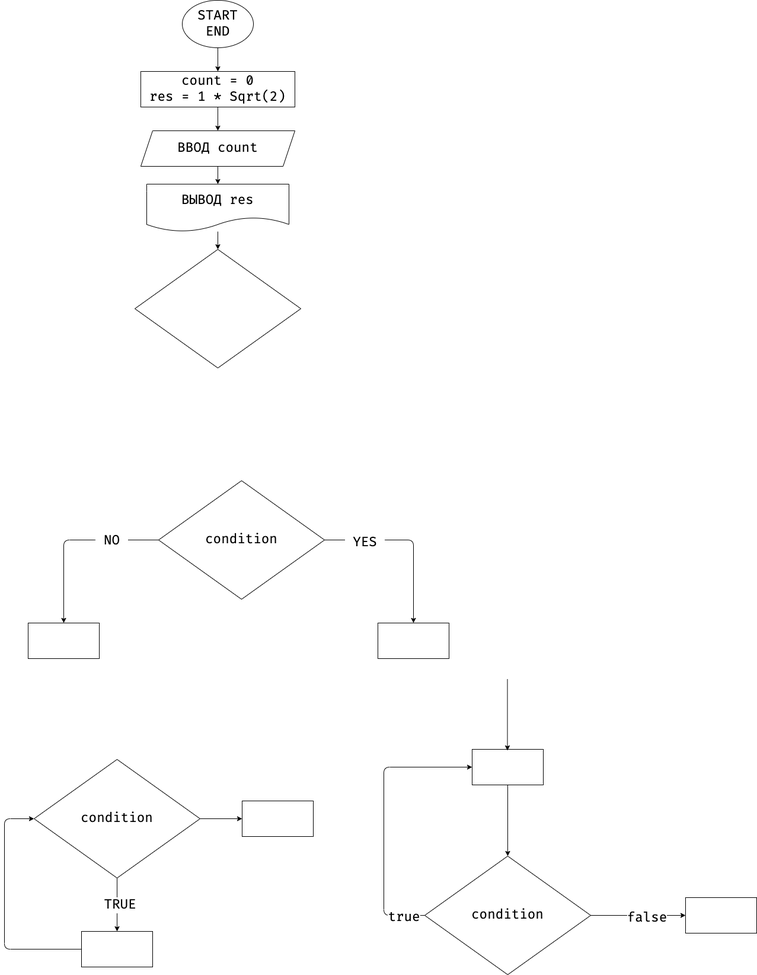
Above: ex000.drawio.png in zoya-ivanova/practice_temp (draw.io), before the change. Source tidied: cells renumbered, new cells last; positions are measured from the earlier drawing's top-left corner, leaving out a move shared by most shapes.
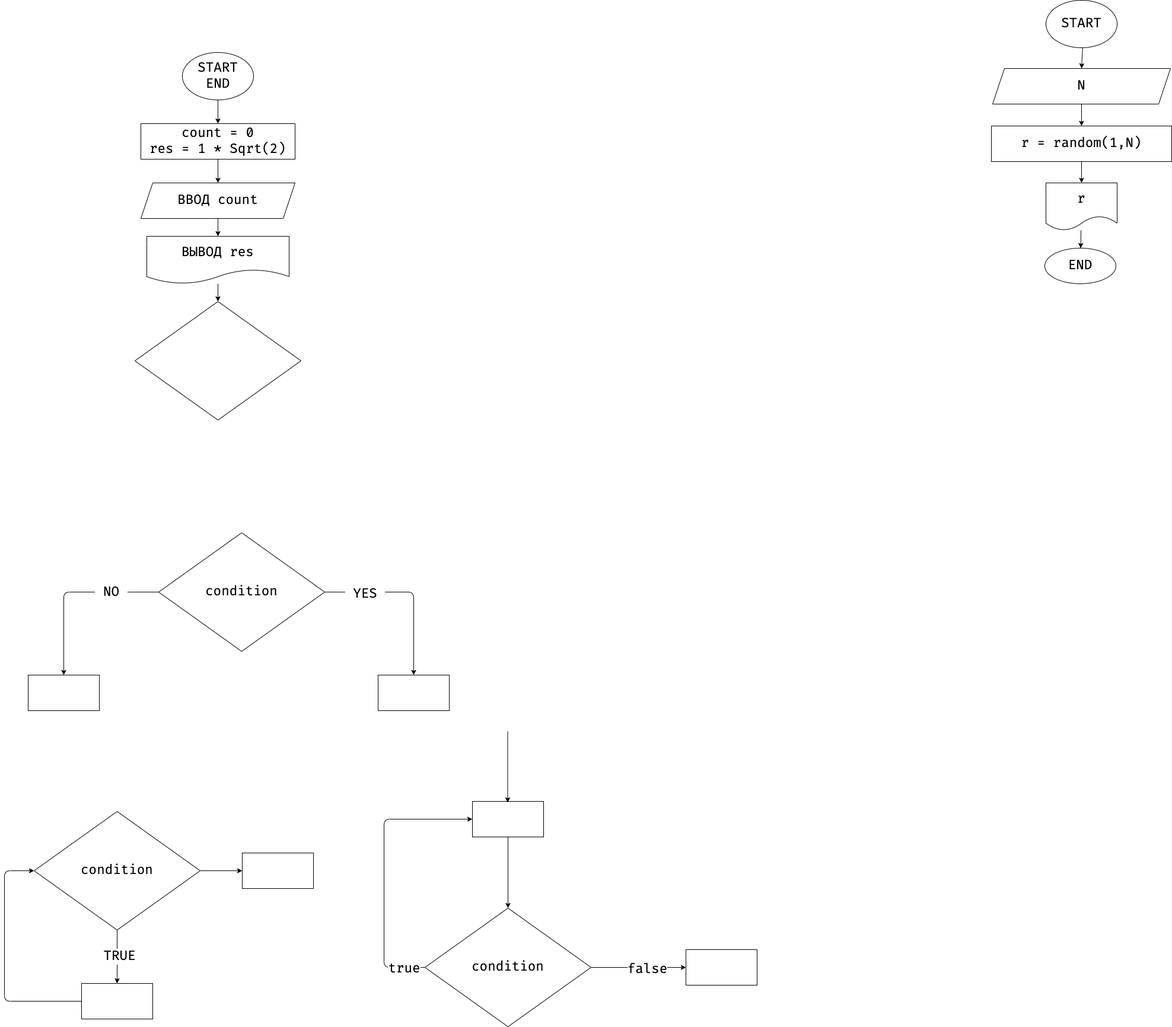
After the commit.

Change to the diagram source:
```diff
@@ -119,5 +119,32 @@
     <mxCell id="33" style="whiteSpace=wrap;html=1;fontSize=22;fontFamily=Fira Code;" parent="1" vertex="1">
       <mxGeometry x="1149" y="1513" width="120" height="60" as="geometry" />
     </mxCell>
+    <mxCell id="34" style="edgeStyle=none;html=1;fontFamily=Fira Code;fontSize=22;" parent="1" edge="1" source="35" target="37">
+      <mxGeometry relative="1" as="geometry" />
+    </mxCell>
+    <mxCell id="35" value="START" style="ellipse;whiteSpace=wrap;html=1;fontFamily=Fira Code;fontSize=22;" parent="1" vertex="1">
+      <mxGeometry x="1756" y="-88" width="120" height="80" as="geometry" />
+    </mxCell>
+    <mxCell id="36" style="edgeStyle=none;html=1;fontFamily=Fira Code;fontSize=22;" parent="1" edge="1" source="37" target="39">
+      <mxGeometry relative="1" as="geometry" />
+    </mxCell>
+    <mxCell id="37" value="N" style="shape=parallelogram;perimeter=parallelogramPerimeter;whiteSpace=wrap;html=1;fixedSize=1;fontSize=22;fontFamily=Fira Code;" parent="1" vertex="1">
+      <mxGeometry x="1666" y="27" width="300" height="60" as="geometry" />
+    </mxCell>
+    <mxCell id="38" style="edgeStyle=none;html=1;fontFamily=Fira Code;fontSize=22;" parent="1" edge="1" source="39" target="41">
+      <mxGeometry relative="1" as="geometry" />
+    </mxCell>
+    <mxCell id="39" value="r = random(1,N)" style="whiteSpace=wrap;html=1;fontSize=22;fontFamily=Fira Code;" parent="1" vertex="1">
+      <mxGeometry x="1664" y="124" width="304" height="60" as="geometry" />
+    </mxCell>
+    <mxCell id="40" style="edgeStyle=none;html=1;fontFamily=Fira Code;fontSize=22;" parent="1" edge="1" source="41" target="42">
+      <mxGeometry relative="1" as="geometry" />
+    </mxCell>
+    <mxCell id="41" value="r" style="shape=document;whiteSpace=wrap;html=1;boundedLbl=1;fontSize=22;fontFamily=Fira Code;" parent="1" vertex="1">
+      <mxGeometry x="1756" y="220" width="120" height="80" as="geometry" />
+    </mxCell>
+    <mxCell id="42" value="END" style="ellipse;whiteSpace=wrap;html=1;fontSize=22;fontFamily=Fira Code;" parent="1" vertex="1">
+      <mxGeometry x="1754" y="330" width="120" height="60" as="geometry" />
+    </mxCell>
   </root>
 </mxGraphModel>
```
